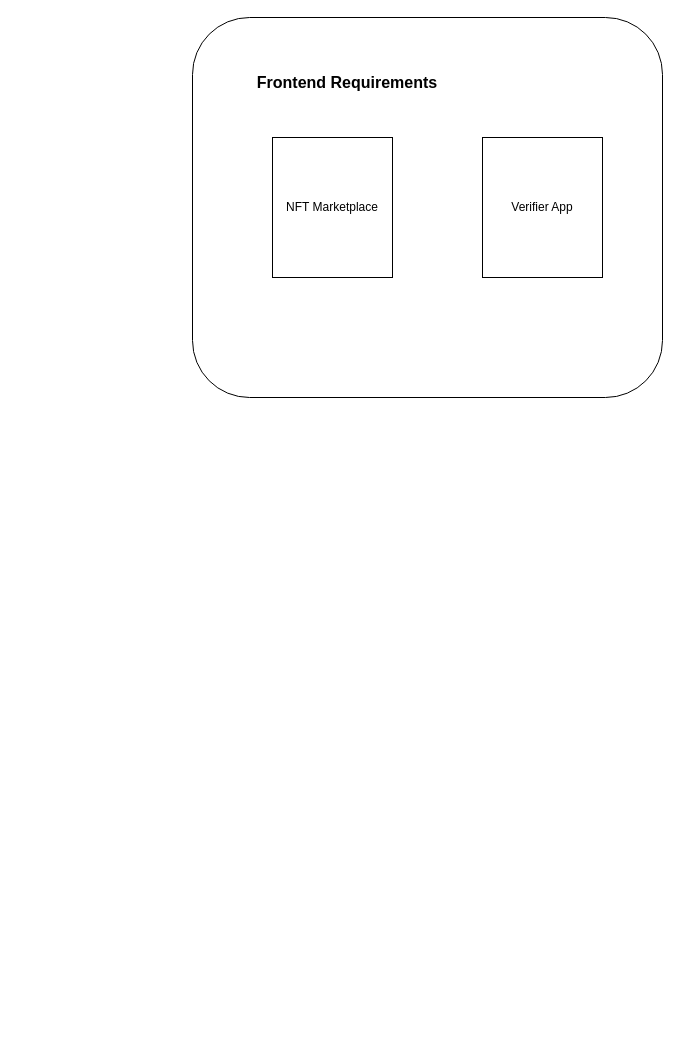
The draw.io diagram page "Frontend" (2 of 3) of Project.drawio in ChanX21/Project-Diagrams, before the edit. Source tidied: cells renumbered, new cells numbered last; positions are measured from the earlier drawing's top-left corner, leaving out a move shared by most shapes. Both pictures are drawn from the tidied source at 100%, with x=0, y=0 at pixel (192, 17).
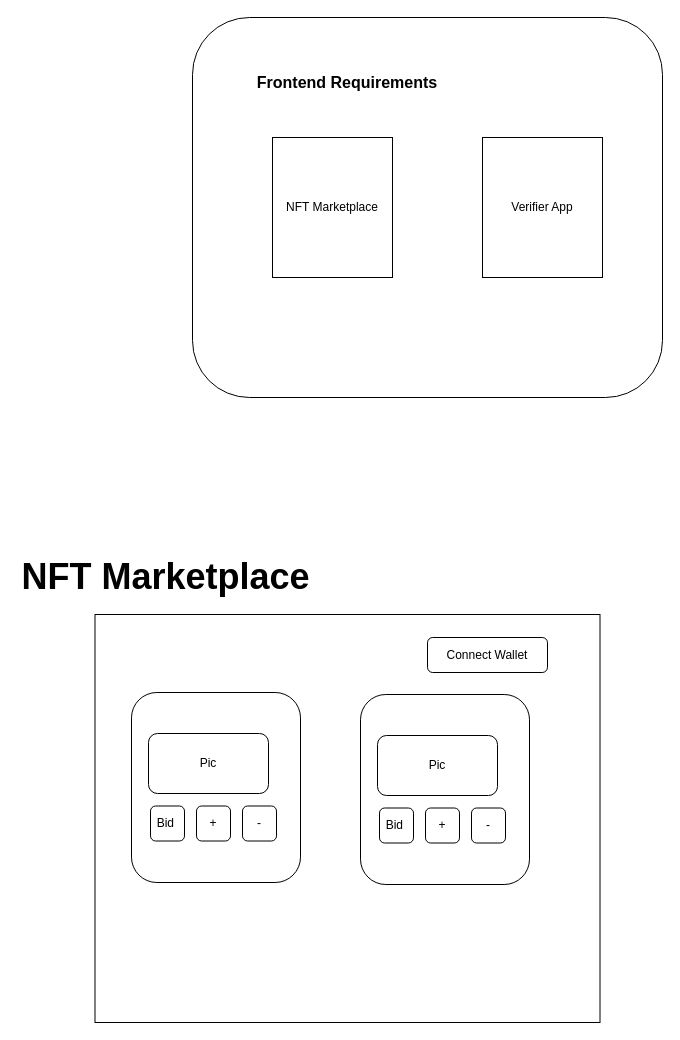
The same diagram, later.

The edit, as a diff of the source:
```diff
@@
 <mxGraphModel>
   <root>
     <mxCell id="0" />
     <mxCell id="1" parent="0" />
     <mxCell id="2" style="rounded=1;whiteSpace=wrap;html=1;" parent="1" vertex="1">
       <mxGeometry width="470" height="380" as="geometry" />
     </mxCell>
     <mxCell id="3" value="NFT Marketplace" style="rounded=0;whiteSpace=wrap;html=1;" parent="1" vertex="1">
       <mxGeometry x="80" y="120" width="120" height="140" as="geometry" />
     </mxCell>
     <mxCell id="4" value="Verifier App" style="rounded=0;whiteSpace=wrap;html=1;" parent="1" vertex="1">
       <mxGeometry x="290" y="120" width="120" height="140" as="geometry" />
     </mxCell>
     <mxCell id="5" value="Frontend Requirements" style="text;html=1;align=center;verticalAlign=middle;whiteSpace=wrap;rounded=0;fontStyle=1;fontSize=16;" parent="1" vertex="1">
       <mxGeometry x="50" y="50" width="210" height="30" as="geometry" />
     </mxCell>
+    <mxCell id="6" style="rounded=0;whiteSpace=wrap;html=1;" parent="1" vertex="1">
+      <mxGeometry x="-97.5" y="597" width="505" height="408" as="geometry" />
+    </mxCell>
+    <mxCell id="7" style="rounded=1;whiteSpace=wrap;html=1;" parent="1" vertex="1">
+      <mxGeometry x="-61" y="675" width="169" height="190" as="geometry" />
+    </mxCell>
+    <mxCell id="8" value="Pic" style="rounded=1;whiteSpace=wrap;html=1;" parent="1" vertex="1">
+      <mxGeometry x="-44" y="716" width="120" height="60" as="geometry" />
+    </mxCell>
+    <mxCell id="9" value="Connect Wallet" style="rounded=1;whiteSpace=wrap;html=1;" parent="1" vertex="1">
+      <mxGeometry x="235" y="620" width="120" height="35" as="geometry" />
+    </mxCell>
+    <mxCell id="10" value="Bid&amp;nbsp;" style="rounded=1;whiteSpace=wrap;html=1;" parent="1" vertex="1">
+      <mxGeometry x="-42" y="788.5" width="34" height="35" as="geometry" />
+    </mxCell>
+    <mxCell id="11" value="+" style="rounded=1;whiteSpace=wrap;html=1;" parent="1" vertex="1">
+      <mxGeometry x="4" y="788.5" width="34" height="35" as="geometry" />
+    </mxCell>
+    <mxCell id="12" value="-" style="rounded=1;whiteSpace=wrap;html=1;" parent="1" vertex="1">
+      <mxGeometry x="50" y="788.5" width="34" height="35" as="geometry" />
+    </mxCell>
+    <mxCell id="13" style="rounded=1;whiteSpace=wrap;html=1;" parent="1" vertex="1">
+      <mxGeometry x="168" y="677" width="169" height="190" as="geometry" />
+    </mxCell>
+    <mxCell id="14" value="Pic" style="rounded=1;whiteSpace=wrap;html=1;" parent="1" vertex="1">
+      <mxGeometry x="185" y="718" width="120" height="60" as="geometry" />
+    </mxCell>
+    <mxCell id="15" value="Bid&amp;nbsp;" style="rounded=1;whiteSpace=wrap;html=1;" parent="1" vertex="1">
+      <mxGeometry x="187" y="790.5" width="34" height="35" as="geometry" />
+    </mxCell>
+    <mxCell id="16" value="+" style="rounded=1;whiteSpace=wrap;html=1;" parent="1" vertex="1">
+      <mxGeometry x="233" y="790.5" width="34" height="35" as="geometry" />
+    </mxCell>
+    <mxCell id="17" value="-" style="rounded=1;whiteSpace=wrap;html=1;" parent="1" vertex="1">
+      <mxGeometry x="279" y="790.5" width="34" height="35" as="geometry" />
+    </mxCell>
+    <mxCell id="18" value="NFT Marketplace" style="text;html=1;align=center;verticalAlign=middle;whiteSpace=wrap;rounded=0;fontStyle=1;fontSize=36;" parent="1" vertex="1">
+      <mxGeometry x="-175" y="544" width="297" height="30" as="geometry" />
+    </mxCell>
   </root>
 </mxGraphModel>
```
